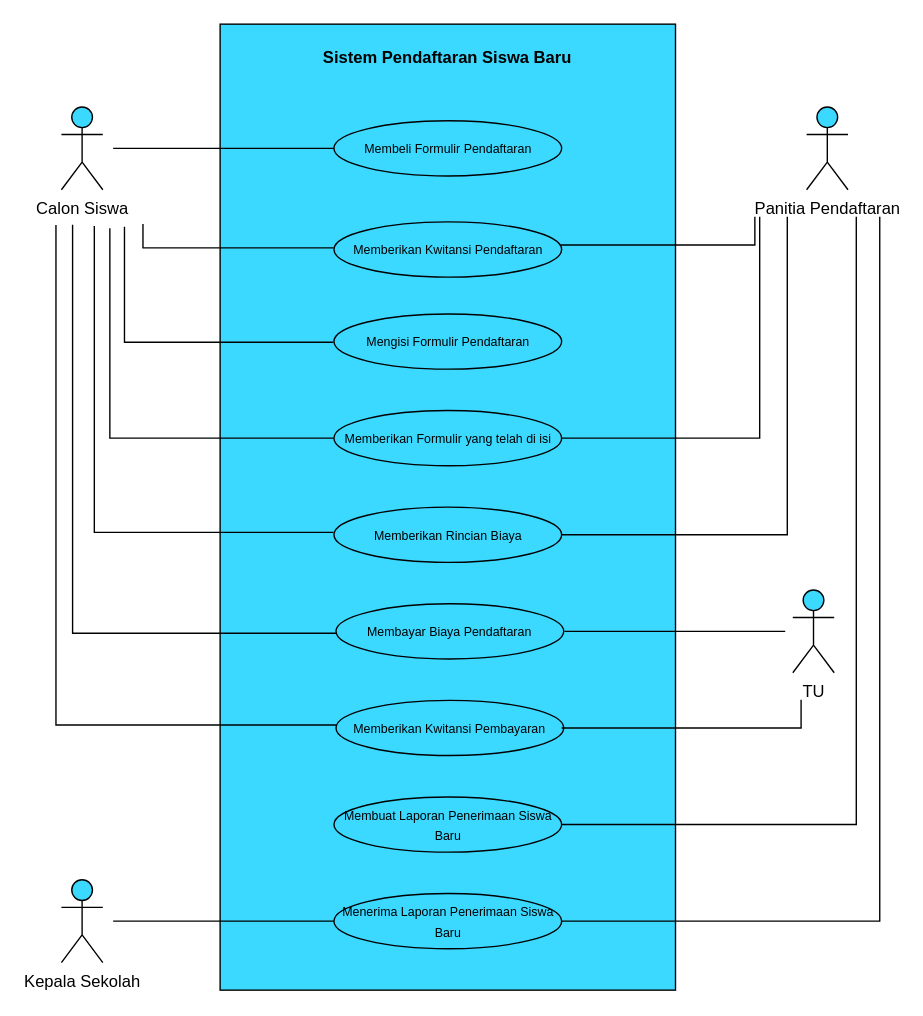
This is Untitled Diagram.drawio from danangsptro/register-vhs, a draw.io file, before an edit. Source tidied: cells renumbered, new cells numbered last; positions are measured from the earlier drawing's top-left corner, leaving out a move shared by most shapes. Both pictures are drawn from the tidied source at 138%, with x=0, y=0 at pixel (-55, 23).
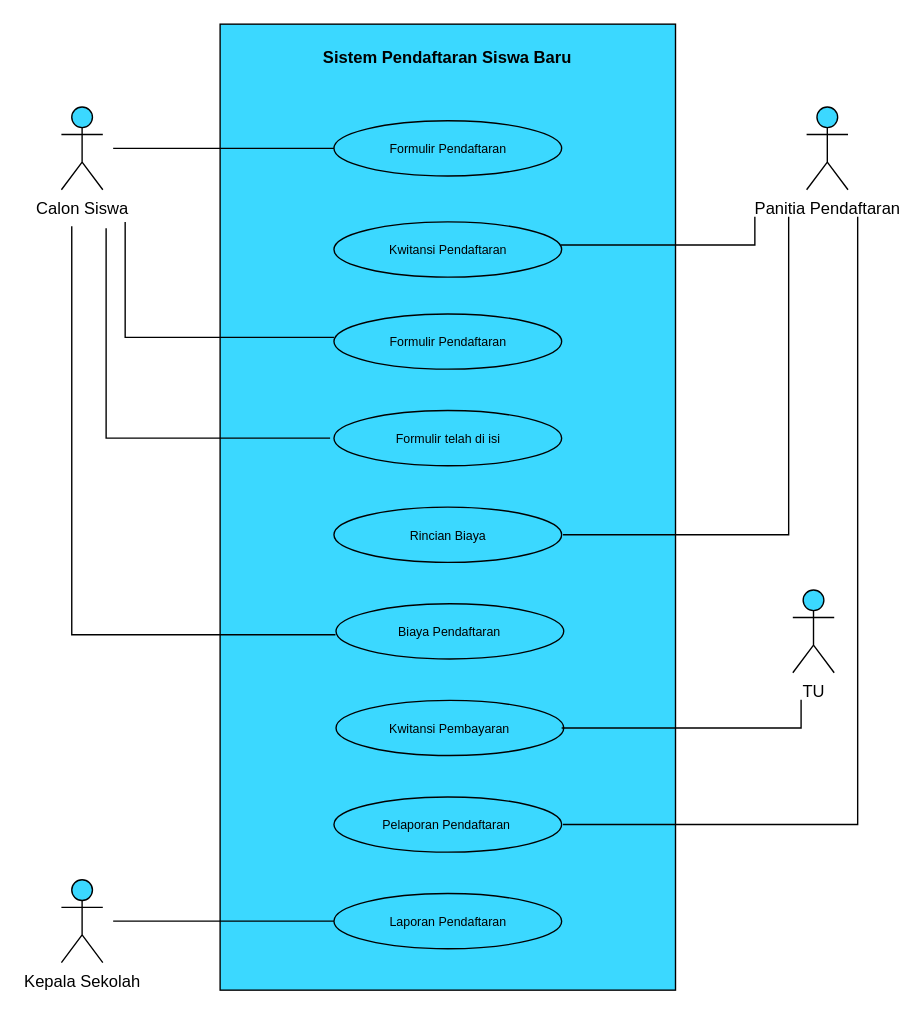
The same page after the edit.

What changed in the source:
```diff
@@
-    <mxCell id="5" value="&lt;font style=&quot;font-size: 9px;&quot;&gt;Membeli Formulir Pendaftaran&lt;/font&gt;" style="ellipse;whiteSpace=wrap;html=1;align=center;newEdgeStyle={&quot;edgeStyle&quot;:&quot;entityRelationEdgeStyle&quot;,&quot;startArrow&quot;:&quot;none&quot;,&quot;endArrow&quot;:&quot;none&quot;,&quot;segment&quot;:10,&quot;curved&quot;:1};strokeColor=#000000;fillColor=#3BD8FF;" parent="1" vertex="1">
+    <mxCell id="5" value="&lt;font style=&quot;font-size: 9px;&quot;&gt;Formulir Pendaftaran&lt;/font&gt;" style="ellipse;whiteSpace=wrap;html=1;align=center;newEdgeStyle={&quot;edgeStyle&quot;:&quot;entityRelationEdgeStyle&quot;,&quot;startArrow&quot;:&quot;none&quot;,&quot;endArrow&quot;:&quot;none&quot;,&quot;segment&quot;:10,&quot;curved&quot;:1};strokeColor=#000000;fillColor=#3BD8FF;" parent="1" vertex="1">
       <mxGeometry x="281.5" y="70" width="165" height="40" as="geometry" />
     </mxCell>
-    <mxCell id="6" value="&lt;font style=&quot;font-size: 9px;&quot;&gt;Mengisi Formulir Pendaftaran&lt;/font&gt;" style="ellipse;whiteSpace=wrap;html=1;align=center;newEdgeStyle={&quot;edgeStyle&quot;:&quot;entityRelationEdgeStyle&quot;,&quot;startArrow&quot;:&quot;none&quot;,&quot;endArrow&quot;:&quot;none&quot;,&quot;segment&quot;:10,&quot;curved&quot;:1};strokeColor=#000000;fillColor=#3BD8FF;" parent="1" vertex="1">
+    <mxCell id="6" value="&lt;font style=&quot;font-size: 9px;&quot;&gt;Formulir Pendaftaran&lt;/font&gt;" style="ellipse;whiteSpace=wrap;html=1;align=center;newEdgeStyle={&quot;edgeStyle&quot;:&quot;entityRelationEdgeStyle&quot;,&quot;startArrow&quot;:&quot;none&quot;,&quot;endArrow&quot;:&quot;none&quot;,&quot;segment&quot;:10,&quot;curved&quot;:1};strokeColor=#000000;fillColor=#3BD8FF;" parent="1" vertex="1">
       <mxGeometry x="281.5" y="210" width="165" height="40" as="geometry" />
     </mxCell>
-    <mxCell id="7" value="&lt;font style=&quot;font-size: 9px;&quot;&gt;Memberikan Formulir yang telah di isi&lt;/font&gt;" style="ellipse;whiteSpace=wrap;html=1;align=center;newEdgeStyle={&quot;edgeStyle&quot;:&quot;entityRelationEdgeStyle&quot;,&quot;startArrow&quot;:&quot;none&quot;,&quot;endArrow&quot;:&quot;none&quot;,&quot;segment&quot;:10,&quot;curved&quot;:1};strokeColor=#000000;fillColor=#3BD8FF;" parent="1" vertex="1">
+    <mxCell id="7" value="&lt;font style=&quot;font-size: 9px;&quot;&gt;Formulir telah di isi&lt;/font&gt;" style="ellipse;whiteSpace=wrap;html=1;align=center;newEdgeStyle={&quot;edgeStyle&quot;:&quot;entityRelationEdgeStyle&quot;,&quot;startArrow&quot;:&quot;none&quot;,&quot;endArrow&quot;:&quot;none&quot;,&quot;segment&quot;:10,&quot;curved&quot;:1};strokeColor=#000000;fillColor=#3BD8FF;" parent="1" vertex="1">
       <mxGeometry x="281.5" y="280" width="165" height="40" as="geometry" />
     </mxCell>
-    <mxCell id="8" value="&lt;font style=&quot;font-size: 9px;&quot;&gt;Memberikan Kwitansi Pendaftaran&lt;/font&gt;" style="ellipse;whiteSpace=wrap;html=1;align=center;newEdgeStyle={&quot;edgeStyle&quot;:&quot;entityRelationEdgeStyle&quot;,&quot;startArrow&quot;:&quot;none&quot;,&quot;endArrow&quot;:&quot;none&quot;,&quot;segment&quot;:10,&quot;curved&quot;:1};strokeColor=#000000;fillColor=#3BD8FF;" parent="1" vertex="1">
+    <mxCell id="8" value="&lt;font style=&quot;font-size: 9px;&quot;&gt;Kwitansi Pendaftaran&lt;/font&gt;" style="ellipse;whiteSpace=wrap;html=1;align=center;newEdgeStyle={&quot;edgeStyle&quot;:&quot;entityRelationEdgeStyle&quot;,&quot;startArrow&quot;:&quot;none&quot;,&quot;endArrow&quot;:&quot;none&quot;,&quot;segment&quot;:10,&quot;curved&quot;:1};strokeColor=#000000;fillColor=#3BD8FF;" parent="1" vertex="1">
       <mxGeometry x="281.5" y="143.3" width="165" height="40" as="geometry" />
     </mxCell>
@@
-    <mxCell id="11" value="&lt;font style=&quot;font-size: 9px;&quot;&gt;Memberikan Rincian Biaya&lt;/font&gt;" style="ellipse;whiteSpace=wrap;html=1;align=center;newEdgeStyle={&quot;edgeStyle&quot;:&quot;entityRelationEdgeStyle&quot;,&quot;startArrow&quot;:&quot;none&quot;,&quot;endArrow&quot;:&quot;none&quot;,&quot;segment&quot;:10,&quot;curved&quot;:1};strokeColor=#000000;fillColor=#3BD8FF;" parent="1" vertex="1">
+    <mxCell id="11" value="&lt;font style=&quot;font-size: 9px;&quot;&gt;Rincian Biaya&lt;/font&gt;" style="ellipse;whiteSpace=wrap;html=1;align=center;newEdgeStyle={&quot;edgeStyle&quot;:&quot;entityRelationEdgeStyle&quot;,&quot;startArrow&quot;:&quot;none&quot;,&quot;endArrow&quot;:&quot;none&quot;,&quot;segment&quot;:10,&quot;curved&quot;:1};strokeColor=#000000;fillColor=#3BD8FF;" parent="1" vertex="1">
       <mxGeometry x="281.5" y="350" width="165" height="40" as="geometry" />
     </mxCell>
-    <mxCell id="12" value="&lt;font style=&quot;font-size: 9px;&quot;&gt;Membayar Biaya Pendaftaran&lt;/font&gt;" style="ellipse;whiteSpace=wrap;html=1;align=center;newEdgeStyle={&quot;edgeStyle&quot;:&quot;entityRelationEdgeStyle&quot;,&quot;startArrow&quot;:&quot;none&quot;,&quot;endArrow&quot;:&quot;none&quot;,&quot;segment&quot;:10,&quot;curved&quot;:1};strokeColor=#000000;fillColor=#3BD8FF;" parent="1" vertex="1">
+    <mxCell id="12" value="&lt;font style=&quot;font-size: 9px;&quot;&gt;Biaya Pendaftaran&lt;/font&gt;" style="ellipse;whiteSpace=wrap;html=1;align=center;newEdgeStyle={&quot;edgeStyle&quot;:&quot;entityRelationEdgeStyle&quot;,&quot;startArrow&quot;:&quot;none&quot;,&quot;endArrow&quot;:&quot;none&quot;,&quot;segment&quot;:10,&quot;curved&quot;:1};strokeColor=#000000;fillColor=#3BD8FF;" parent="1" vertex="1">
       <mxGeometry x="283" y="420" width="165" height="40" as="geometry" />
     </mxCell>
@@
-    <mxCell id="14" value="&lt;font style=&quot;font-size: 9px;&quot;&gt;Memberikan Kwitansi Pembayaran&lt;/font&gt;" style="ellipse;whiteSpace=wrap;html=1;align=center;newEdgeStyle={&quot;edgeStyle&quot;:&quot;entityRelationEdgeStyle&quot;,&quot;startArrow&quot;:&quot;none&quot;,&quot;endArrow&quot;:&quot;none&quot;,&quot;segment&quot;:10,&quot;curved&quot;:1};strokeColor=#000000;fillColor=#3BD8FF;" parent="1" vertex="1">
+    <mxCell id="14" value="&lt;font style=&quot;font-size: 9px;&quot;&gt;Kwitansi Pembayaran&lt;/font&gt;" style="ellipse;whiteSpace=wrap;html=1;align=center;newEdgeStyle={&quot;edgeStyle&quot;:&quot;entityRelationEdgeStyle&quot;,&quot;startArrow&quot;:&quot;none&quot;,&quot;endArrow&quot;:&quot;none&quot;,&quot;segment&quot;:10,&quot;curved&quot;:1};strokeColor=#000000;fillColor=#3BD8FF;" parent="1" vertex="1">
       <mxGeometry x="283" y="490" width="165" height="40" as="geometry" />
     </mxCell>
-    <mxCell id="15" value="&lt;font style=&quot;font-size: 9px;&quot;&gt;Membuat Laporan Penerimaan Siswa Baru&lt;/font&gt;" style="ellipse;whiteSpace=wrap;html=1;align=center;newEdgeStyle={&quot;edgeStyle&quot;:&quot;entityRelationEdgeStyle&quot;,&quot;startArrow&quot;:&quot;none&quot;,&quot;endArrow&quot;:&quot;none&quot;,&quot;segment&quot;:10,&quot;curved&quot;:1};strokeColor=#000000;fillColor=#3BD8FF;" parent="1" vertex="1">
+    <mxCell id="15" value="&lt;font style=&quot;font-size: 9px;&quot;&gt;Pelaporan Pendaftaran&amp;nbsp;&lt;/font&gt;" style="ellipse;whiteSpace=wrap;html=1;align=center;newEdgeStyle={&quot;edgeStyle&quot;:&quot;entityRelationEdgeStyle&quot;,&quot;startArrow&quot;:&quot;none&quot;,&quot;endArrow&quot;:&quot;none&quot;,&quot;segment&quot;:10,&quot;curved&quot;:1};strokeColor=#000000;fillColor=#3BD8FF;" parent="1" vertex="1">
       <mxGeometry x="281.5" y="560" width="165" height="40" as="geometry" />
     </mxCell>
-    <mxCell id="16" value="&lt;font style=&quot;font-size: 9px;&quot;&gt;Menerima Laporan Penerimaan Siswa Baru&lt;/font&gt;" style="ellipse;whiteSpace=wrap;html=1;align=center;newEdgeStyle={&quot;edgeStyle&quot;:&quot;entityRelationEdgeStyle&quot;,&quot;startArrow&quot;:&quot;none&quot;,&quot;endArrow&quot;:&quot;none&quot;,&quot;segment&quot;:10,&quot;curved&quot;:1};strokeColor=#000000;fillColor=#3BD8FF;" parent="1" vertex="1">
+    <mxCell id="16" value="&lt;font style=&quot;font-size: 9px;&quot;&gt;Laporan Pendaftaran&lt;/font&gt;" style="ellipse;whiteSpace=wrap;html=1;align=center;newEdgeStyle={&quot;edgeStyle&quot;:&quot;entityRelationEdgeStyle&quot;,&quot;startArrow&quot;:&quot;none&quot;,&quot;endArrow&quot;:&quot;none&quot;,&quot;segment&quot;:10,&quot;curved&quot;:1};strokeColor=#000000;fillColor=#3BD8FF;" parent="1" vertex="1">
       <mxGeometry x="281.5" y="630" width="165" height="40" as="geometry" />
     </mxCell>
@@
-    <mxCell id="19" style="shape=partialRectangle;whiteSpace=wrap;html=1;bottom=0;right=0;fillColor=none;fontSize=9;strokeColor=#000000;strokeWidth=1;rotation=-90;" parent="1" vertex="1">
-      <mxGeometry x="203.5" y="85" width="16.7" height="137.5" as="geometry" />
-    </mxCell>
@@
-    <mxCell id="21" style="shape=partialRectangle;whiteSpace=wrap;html=1;bottom=0;right=0;fillColor=none;fontSize=9;strokeColor=#000000;strokeWidth=1;rotation=-180;" parent="1" vertex="1">
-      <mxGeometry x="447" y="140" width="143" height="160" as="geometry" />
-    </mxCell>
     <mxCell id="22" style="shape=partialRectangle;whiteSpace=wrap;html=1;bottom=0;right=0;fillColor=none;fontSize=9;strokeColor=#000000;strokeWidth=1;rotation=-90;" parent="1" vertex="1">
-      <mxGeometry x="163.5" y="113.5" width="83.2" height="150.8" as="geometry" />
+      <mxGeometry x="164" y="110" width="83.2" height="150.8" as="geometry" />
     </mxCell>
     <mxCell id="23" style="shape=partialRectangle;whiteSpace=wrap;html=1;bottom=0;right=0;fillColor=none;fontSize=9;strokeColor=#000000;strokeWidth=1;rotation=-90;" parent="1" vertex="1">
-      <mxGeometry x="124.2" y="143.3" width="151.6" height="161.8" as="geometry" />
+      <mxGeometry x="121.5" y="143.3" width="151.6" height="161.8" as="geometry" />
     </mxCell>
     <mxCell id="24" style="shape=partialRectangle;whiteSpace=wrap;html=1;bottom=0;right=0;fillColor=none;fontSize=9;strokeColor=#000000;strokeWidth=1;rotation=-180;" parent="1" vertex="1">
-      <mxGeometry x="447" y="140" width="163" height="230" as="geometry" />
+      <mxGeometry x="448" y="140" width="163" height="230" as="geometry" />
     </mxCell>
-    <mxCell id="25" style="shape=partialRectangle;whiteSpace=wrap;html=1;bottom=0;right=0;fillColor=none;fontSize=9;strokeColor=#000000;strokeWidth=1;rotation=-90;" parent="1" vertex="1">
-      <mxGeometry x="83.5" y="171.1" width="221.5" height="172.8" as="geometry" />
-    </mxCell>
     <mxCell id="26" style="shape=partialRectangle;whiteSpace=wrap;html=1;bottom=0;right=0;fillColor=none;fontSize=9;strokeColor=#000000;strokeWidth=1;rotation=-90;" parent="1" vertex="1">
-      <mxGeometry x="39.6" y="198.3" width="295.6" height="190.6" as="geometry" />
+      <mxGeometry x="39" y="199.4" width="295.6" height="190.6" as="geometry" />
     </mxCell>
-    <mxCell id="27" style="line;strokeWidth=1;html=1;perimeter=backbonePerimeter;fontSize=10;fillColor=#3BD8FF;" parent="1" vertex="1">
-      <mxGeometry x="448.5" y="435" width="160" height="10" as="geometry" />
-    </mxCell>
@@
     <mxCell id="29" style="shape=partialRectangle;whiteSpace=wrap;html=1;bottom=0;right=0;fillColor=none;fontSize=9;strokeColor=#000000;strokeWidth=1;rotation=-180;" parent="1" vertex="1">
-      <mxGeometry x="447" y="140" width="213" height="440" as="geometry" />
+      <mxGeometry x="448" y="140" width="213" height="440" as="geometry" />
     </mxCell>
-    <mxCell id="30" style="shape=partialRectangle;whiteSpace=wrap;html=1;bottom=0;right=0;fillColor=none;fontSize=9;strokeColor=#000000;strokeWidth=1;rotation=-90;" parent="1" vertex="1">
-      <mxGeometry x="0.5" y="225.6" width="361.8" height="202.7" as="geometry" />
-    </mxCell>
-    <mxCell id="31" style="shape=partialRectangle;whiteSpace=wrap;html=1;bottom=0;right=0;fillColor=none;fontSize=9;strokeColor=#000000;strokeWidth=1;rotation=-180;" parent="1" vertex="1">
-      <mxGeometry x="447" y="140" width="230" height="510" as="geometry" />
-    </mxCell>
```
